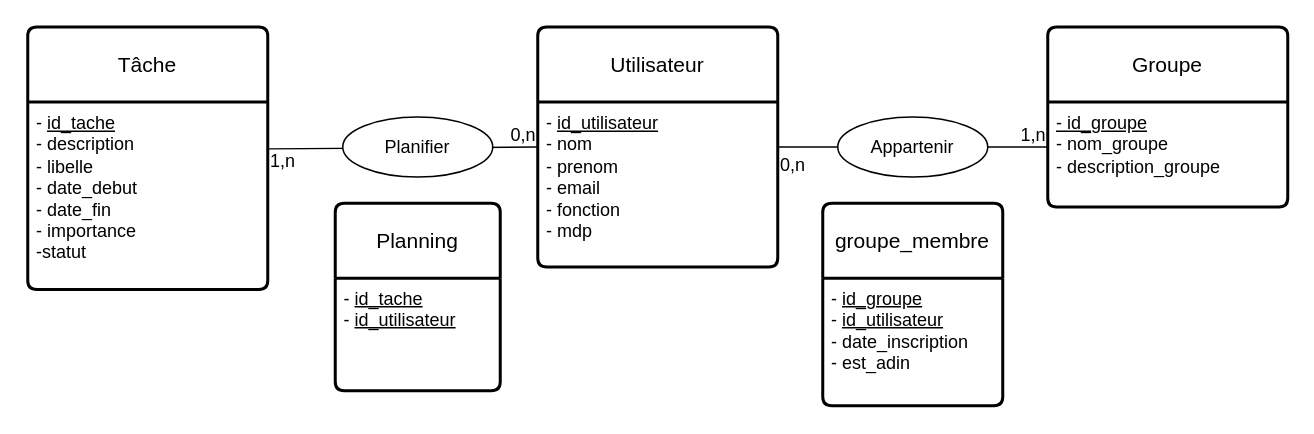
nassim94000/RP1-Documentations keeps this draw.io diagram as MEA_Synchro.drawio. Above is the earlier version. Source tidied: cells renumbered, new cells numbered last; positions are measured from the earlier drawing's top-left corner, leaving out a move shared by most shapes. Both pictures are drawn from the tidied source at 150%, with x=0, y=0 at pixel (27, 26).
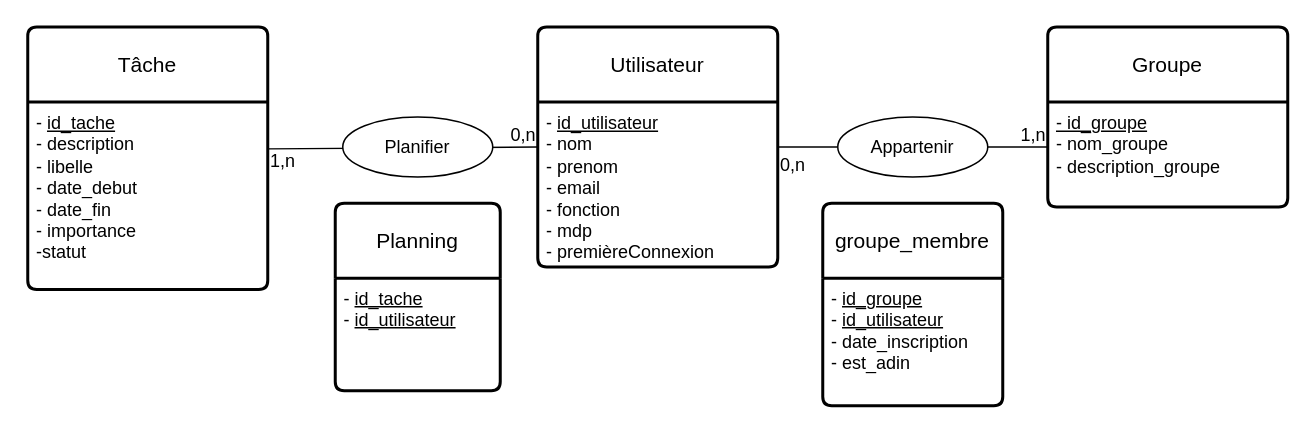
The same diagram, later.

Commit message:
ajout de l'attribut première connexion à la table utilisateur

attribut premiereConnexion est un boolean permettant de savoir si l'utilisateur nouvellement créer doit changer sont mot de passe a la première connexion

The change refers to these unchanged cells:
```xml
<mxCell id="2" value="Utilisateur" style="swimlane;horizontal=1;startSize=50;rounded=1;fontSize=14;fontStyle=0;strokeWidth=2;shadow=0;dashed=0;align=center;arcSize=4;whiteSpace=wrap;html=1;" parent="1" vertex="1">
  <mxGeometry x="340" y="0.5" width="160" height="160" as="geometry" />
</mxCell>
```

Diff of the diagram source:
```diff
@@
-    <mxCell id="3" value="- &lt;u&gt;id_utilisateur&lt;/u&gt;&lt;div&gt;- nom&lt;/div&gt;&lt;div&gt;- prenom&lt;/div&gt;&lt;div&gt;- email&lt;/div&gt;&lt;div&gt;- fonction&lt;/div&gt;&lt;div&gt;- mdp&lt;/div&gt;" style="align=left;strokeColor=none;fillColor=none;spacingLeft=4;spacingRight=4;fontSize=12;verticalAlign=top;html=1;whiteSpace=wrap;" parent="2" vertex="1">
+    <mxCell id="3" value="- &lt;u&gt;id_utilisateur&lt;/u&gt;&lt;div&gt;- nom&lt;/div&gt;&lt;div&gt;- prenom&lt;/div&gt;&lt;div&gt;- email&lt;/div&gt;&lt;div&gt;- fonction&lt;/div&gt;&lt;div&gt;- mdp&lt;/div&gt;&lt;div&gt;- premièreConnexion&amp;nbsp;&lt;/div&gt;" style="align=left;strokeColor=none;fillColor=none;spacingLeft=4;spacingRight=4;fontSize=12;verticalAlign=top;html=1;whiteSpace=wrap;" parent="2" vertex="1">
       <mxGeometry y="50" width="160" height="110" as="geometry" />
     </mxCell>
```
